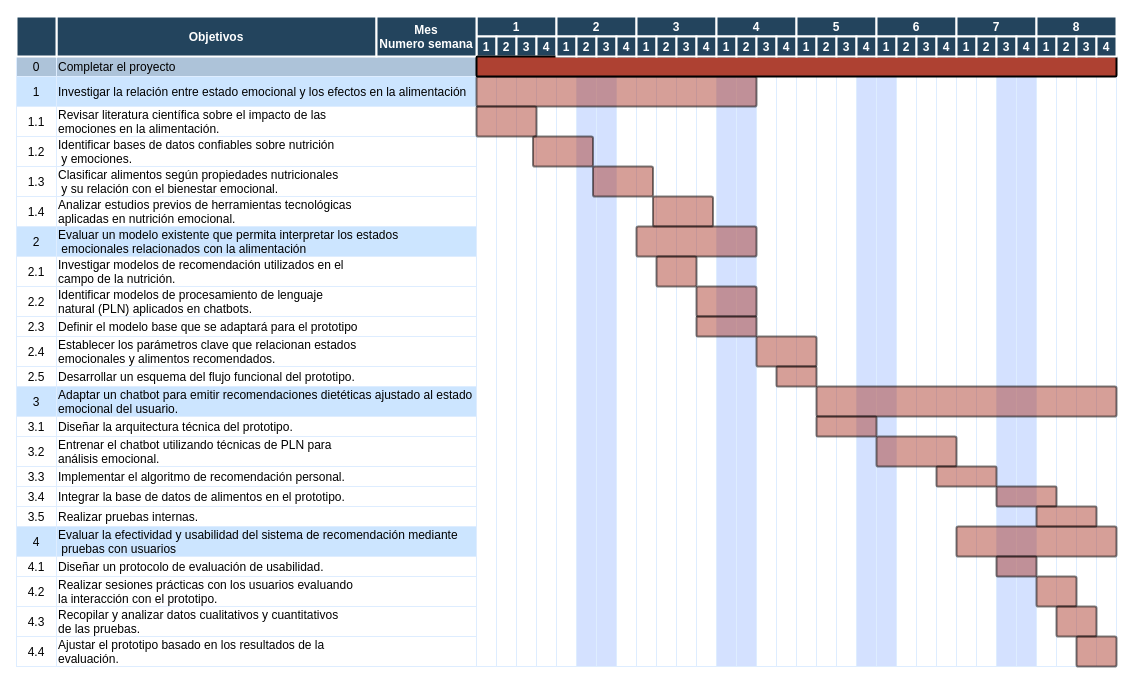
Cris25nkl/DIAGRAMS_BD keeps this draw.io diagram as Diagrama de Gantt.drawio. Above is the earlier version. Source tidied: cells renumbered, new cells numbered last; positions are measured from the earlier drawing's top-left corner, leaving out a move shared by most shapes. Both pictures are drawn from the tidied source at 100%, with x=0, y=0 at pixel (16, 16).
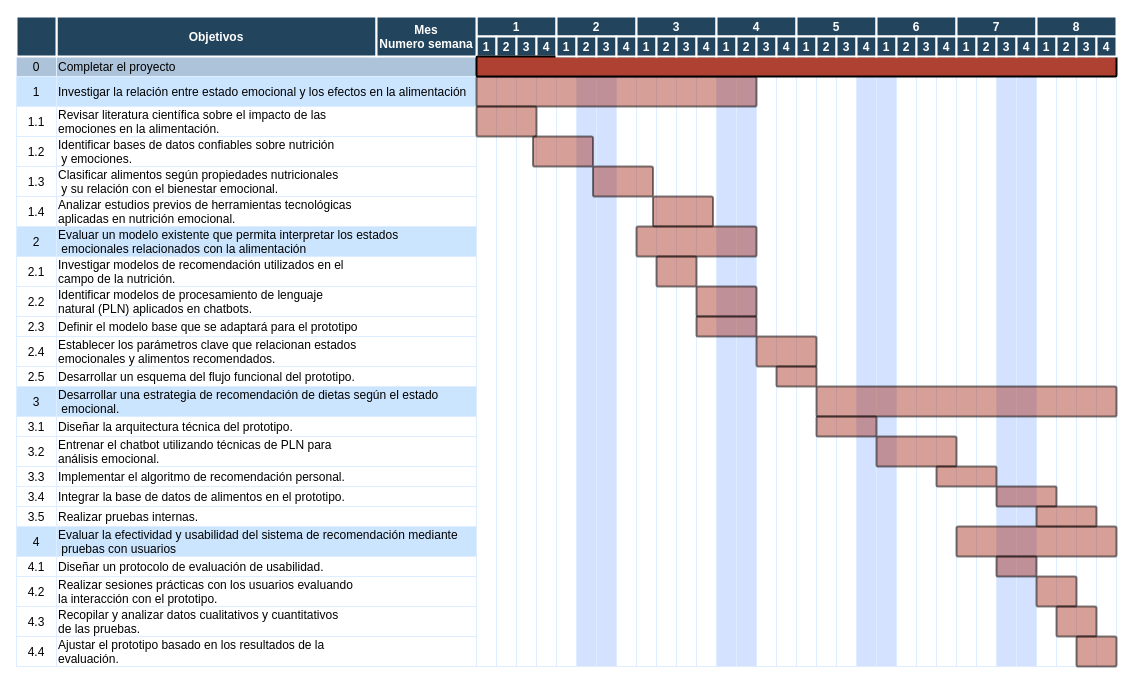
After the change.

The edit, as a diff of the source:
```diff
@@
-    <mxCell id="32" value="Adaptar un chatbot para emitir recomendaciones dietéticas ajustado al estado&#10;emocional del usuario." style="align=left;strokeColor=#DEEDFF;fillColor=#CCE5FF;" parent="1" vertex="1">
+    <mxCell id="32" value="Desarrollar una estrategia de recomendación de dietas según el estado&#10; emocional." style="align=left;strokeColor=#DEEDFF;fillColor=#CCE5FF;" parent="1" vertex="1">
       <mxGeometry x="40" y="370" width="420" height="30" as="geometry" />
     </mxCell>
```
